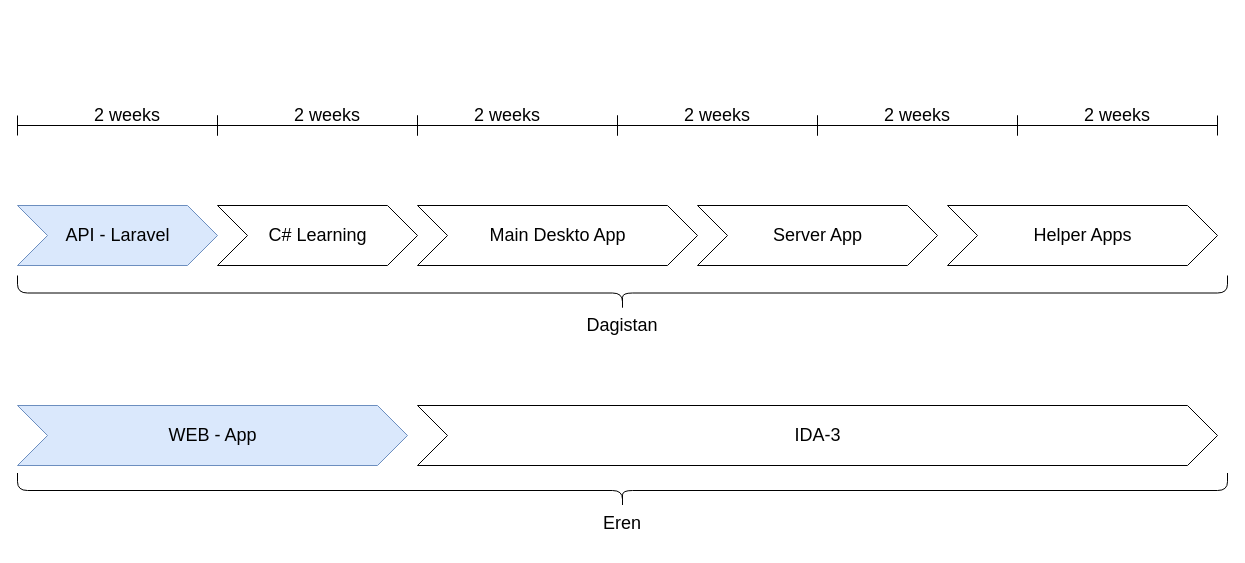
dagistan-tuncbilek/tasarimlar keeps this draw.io diagram as page "roadmap" (1 of 5) of mrvtool.drawio. Above is the earlier version. Source tidied: cells renumbered, new cells numbered last; positions are measured from the earlier drawing's top-left corner, leaving out a move shared by most shapes. Both pictures are drawn from the tidied source at 100%, with x=0, y=0 at pixel (17, -313).
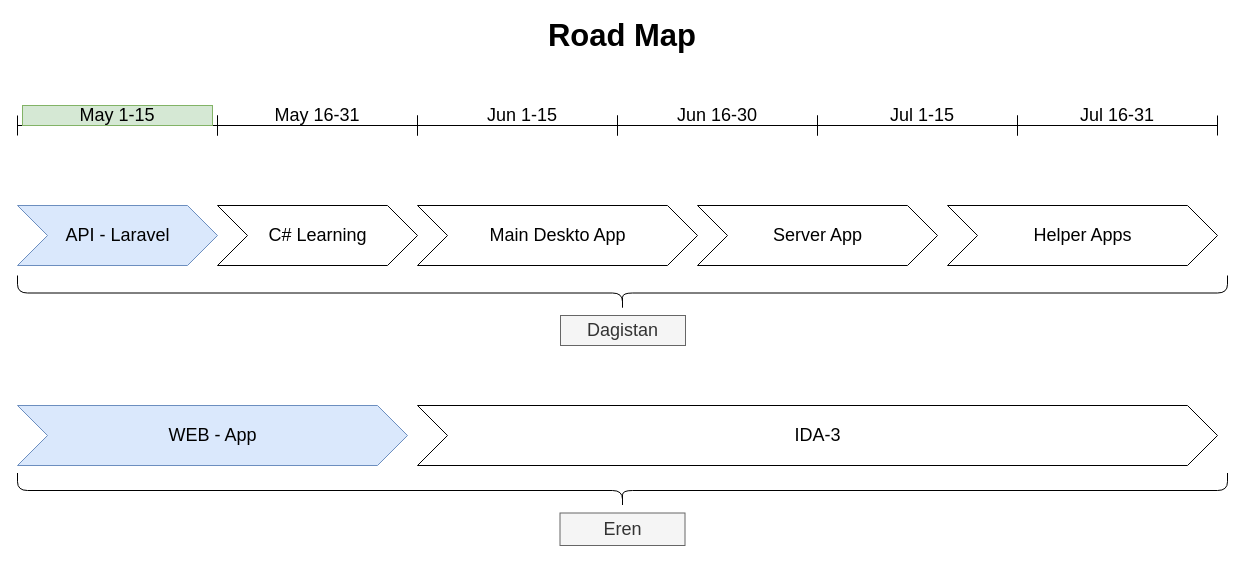
The same diagram, later.

Diff of the diagram source:
```diff
@@
-    <mxCell id="7" value="2 weeks" style="text;html=1;strokeColor=none;fillColor=none;align=center;verticalAlign=middle;whiteSpace=wrap;rounded=0;fontSize=18;" parent="1" vertex="1">
-      <mxGeometry x="60" y="418" width="100" height="20" as="geometry" />
+    <mxCell id="7" value="May 1-15" style="text;html=1;strokeColor=#82b366;fillColor=#d5e8d4;align=center;verticalAlign=middle;whiteSpace=wrap;rounded=0;fontSize=18;" parent="1" vertex="1">
+      <mxGeometry x="5" y="418" width="190" height="20" as="geometry" />
     </mxCell>
-    <mxCell id="8" value="2 weeks" style="text;html=1;strokeColor=none;fillColor=none;align=center;verticalAlign=middle;whiteSpace=wrap;rounded=0;fontSize=18;" parent="1" vertex="1">
-      <mxGeometry x="260" y="418" width="100" height="20" as="geometry" />
-    </mxCell>
-    <mxCell id="9" value="2 weeks" style="text;html=1;strokeColor=none;fillColor=none;align=center;verticalAlign=middle;whiteSpace=wrap;rounded=0;fontSize=18;" parent="1" vertex="1">
-      <mxGeometry x="440" y="418" width="100" height="20" as="geometry" />
-    </mxCell>
-    <mxCell id="10" value="2 weeks" style="text;html=1;strokeColor=none;fillColor=none;align=center;verticalAlign=middle;whiteSpace=wrap;rounded=0;fontSize=18;" parent="1" vertex="1">
-      <mxGeometry x="650" y="418" width="100" height="20" as="geometry" />
-    </mxCell>
@@
-    <mxCell id="12" value="2 weeks" style="text;html=1;strokeColor=none;fillColor=none;align=center;verticalAlign=middle;whiteSpace=wrap;rounded=0;fontSize=18;" parent="1" vertex="1">
-      <mxGeometry x="850" y="418" width="100" height="20" as="geometry" />
-    </mxCell>
@@
-    <mxCell id="14" value="2 weeks" style="text;html=1;strokeColor=none;fillColor=none;align=center;verticalAlign=middle;whiteSpace=wrap;rounded=0;fontSize=18;" parent="1" vertex="1">
-      <mxGeometry x="1050" y="418" width="100" height="20" as="geometry" />
-    </mxCell>
@@
-    <mxCell id="21" value="Dagistan" style="text;html=1;strokeColor=none;fillColor=none;align=center;verticalAlign=middle;whiteSpace=wrap;rounded=0;fontSize=18;" parent="1" vertex="1">
-      <mxGeometry x="555" y="628" width="100" height="20" as="geometry" />
+    <mxCell id="21" value="Dagistan" style="text;html=1;strokeColor=#666666;fillColor=#f5f5f5;align=center;verticalAlign=middle;whiteSpace=wrap;rounded=0;fontSize=18;fontColor=#333333;" parent="1" vertex="1">
+      <mxGeometry x="543" y="628" width="125" height="30" as="geometry" />
     </mxCell>
@@
-    <mxCell id="23" value="Eren" style="text;html=1;strokeColor=none;fillColor=none;align=center;verticalAlign=middle;whiteSpace=wrap;rounded=0;fontSize=18;" parent="1" vertex="1">
-      <mxGeometry x="555" y="825.5" width="100" height="20" as="geometry" />
+    <mxCell id="23" value="Eren" style="text;html=1;strokeColor=#666666;fillColor=#f5f5f5;align=center;verticalAlign=middle;whiteSpace=wrap;rounded=0;fontSize=18;fontColor=#333333;" parent="1" vertex="1">
+      <mxGeometry x="542.5" y="825.5" width="125" height="32.5" as="geometry" />
     </mxCell>
@@
+    <mxCell id="25" value="May 16-31" style="text;html=1;strokeColor=none;fillColor=none;align=center;verticalAlign=middle;whiteSpace=wrap;rounded=0;fontSize=18;" parent="1" vertex="1">
+      <mxGeometry x="205" y="418" width="190" height="20" as="geometry" />
+    </mxCell>
+    <mxCell id="26" value="Jun 1-15" style="text;html=1;strokeColor=none;fillColor=none;align=center;verticalAlign=middle;whiteSpace=wrap;rounded=0;fontSize=18;" parent="1" vertex="1">
+      <mxGeometry x="410" y="418" width="190" height="20" as="geometry" />
+    </mxCell>
+    <mxCell id="27" value="Jun 16-30" style="text;html=1;strokeColor=none;fillColor=none;align=center;verticalAlign=middle;whiteSpace=wrap;rounded=0;fontSize=18;" parent="1" vertex="1">
+      <mxGeometry x="605" y="418" width="190" height="20" as="geometry" />
+    </mxCell>
+    <mxCell id="28" value="Jul 1-15" style="text;html=1;strokeColor=none;fillColor=none;align=center;verticalAlign=middle;whiteSpace=wrap;rounded=0;fontSize=18;" parent="1" vertex="1">
+      <mxGeometry x="810" y="418" width="190" height="20" as="geometry" />
+    </mxCell>
+    <mxCell id="29" value="Jul 16-31" style="text;html=1;strokeColor=none;fillColor=none;align=center;verticalAlign=middle;whiteSpace=wrap;rounded=0;fontSize=18;" parent="1" vertex="1">
+      <mxGeometry x="1005" y="418" width="190" height="20" as="geometry" />
+    </mxCell>
+    <mxCell id="30" value="Road Map" style="text;html=1;strokeColor=none;fillColor=none;align=center;verticalAlign=middle;whiteSpace=wrap;rounded=0;fontSize=31;fontStyle=1;" parent="1" vertex="1">
+      <mxGeometry x="525" y="338" width="160" height="20" as="geometry" />
+    </mxCell>
```
